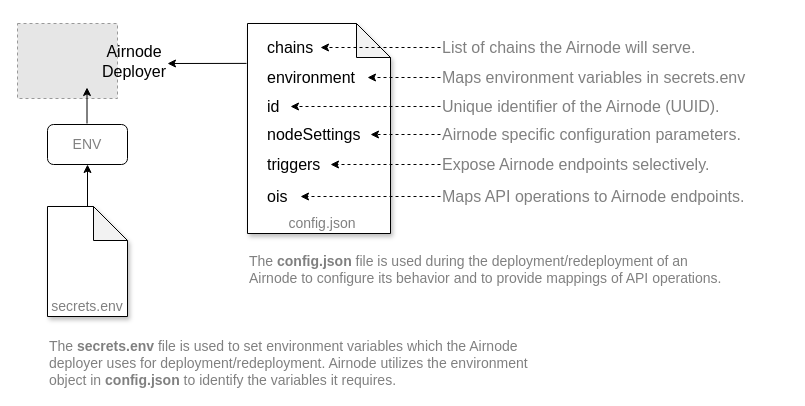
api3dao/old-api3-docs keeps this draw.io diagram as docs/next/assets/diagrams/config-json.drawio. Above is the earlier version. Source tidied: cells renumbered, new cells numbered last; positions are measured from the earlier drawing's top-left corner, leaving out a move shared by most shapes. Both pictures are drawn from the tidied source at 100%, with x=0, y=0 at pixel (17, 23). Pictures stored in the file or linked from it are replaced by grey dashed boxes.
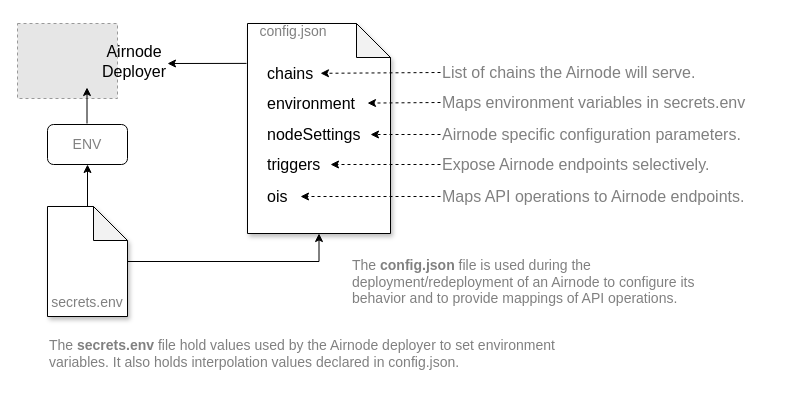
After the change.

The change refers to these unchanged cells:
```xml
<mxCell id="2" style="shape=note;whiteSpace=wrap;html=1;backgroundOutline=1;darkOpacity=0.05;fontSize=14;size=34;shadow=1;" parent="1" vertex="1">
  <mxGeometry x="230" width="143" height="210" as="geometry" />
</mxCell>
<mxCell id="3" value="&lt;font style=&quot;font-size: 16px;&quot;&gt;Maps API operations to Airnode endpoints.&lt;/font&gt;" style="text;html=1;strokeColor=none;fillColor=none;align=left;verticalAlign=middle;whiteSpace=wrap;rounded=0;sketch=0;fontSize=16;fontColor=#808080;" parent="1" vertex="1">
  <mxGeometry x="423" y="163" width="327" height="20" as="geometry" />
</mxCell>
<mxCell id="4" value="Expose Airnode endpoints selectively." style="text;html=1;strokeColor=none;fillColor=none;align=left;verticalAlign=middle;whiteSpace=wrap;rounded=0;sketch=0;fontSize=16;fontColor=#808080;" parent="1" vertex="1">
  <mxGeometry x="423" y="131" width="327" height="20" as="geometry" />
</mxCell>
<mxCell id="5" value="Airnode specific configuration parameters." style="text;html=1;strokeColor=none;fillColor=none;align=left;verticalAlign=middle;whiteSpace=wrap;rounded=0;sketch=0;fontSize=16;fontColor=#808080;" parent="1" vertex="1">
  <mxGeometry x="423" y="101" width="327" height="20" as="geometry" />
</mxCell>
<mxCell id="10" style="shape=note;whiteSpace=wrap;html=1;backgroundOutline=1;darkOpacity=0.05;fontSize=14;size=34;shadow=1;" parent="1" vertex="1">
  <mxGeometry x="30" y="183" width="80" height="110" as="geometry" />
</mxCell>
<mxCell id="17" value="&lt;font style=&quot;font-size: 16px&quot;&gt;nodeSettings&lt;br&gt;&lt;/font&gt;" style="text;html=1;strokeColor=none;fillColor=none;align=left;verticalAlign=middle;whiteSpace=wrap;rounded=0;" parent="1" vertex="1">
  <mxGeometry x="248" y="101" width="105" height="20" as="geometry" />
</mxCell>
<mxCell id="18" value="&lt;font style=&quot;font-size: 16px&quot;&gt;triggers&lt;br&gt;&lt;/font&gt;" style="text;html=1;strokeColor=none;fillColor=none;align=left;verticalAlign=middle;whiteSpace=wrap;rounded=0;" parent="1" vertex="1">
  <mxGeometry x="248" y="131" width="65" height="20" as="geometry" />
</mxCell>
<mxCell id="19" value="&lt;font style=&quot;font-size: 16px&quot;&gt;ois&lt;/font&gt;" style="text;html=1;strokeColor=none;fillColor=none;align=left;verticalAlign=middle;whiteSpace=wrap;rounded=0;" parent="1" vertex="1">
  <mxGeometry x="248" y="163" width="35" height="20" as="geometry" />
</mxCell>
```

What changed in the source:
```diff
@@
-    <mxCell id="6" value="Unique identifier of the Airnode (UUID)." style="text;html=1;strokeColor=none;fillColor=none;align=left;verticalAlign=middle;whiteSpace=wrap;rounded=0;sketch=0;fontSize=16;fontColor=#808080;" parent="1" vertex="1">
-      <mxGeometry x="423" y="73" width="327" height="20" as="geometry" />
-    </mxCell>
     <mxCell id="7" value="&lt;font style=&quot;font-size: 14px&quot;&gt;&lt;br class=&quot;Apple-interchange-newline&quot; style=&quot;font-size: 14px&quot;&gt;The &lt;b style=&quot;font-size: 14px&quot;&gt;config.json&lt;/b&gt; file is used during the deployment/redeployment of an Airnode to configure its behavior and to provide mappings of API operations.&lt;/font&gt;" style="text;html=1;strokeColor=none;fillColor=none;align=left;verticalAlign=middle;whiteSpace=wrap;rounded=0;shadow=1;sketch=0;fontSize=14;fontColor=#808080;" parent="1" vertex="1">
-      <mxGeometry x="230" y="228" width="490" height="20" as="geometry" />
+      <mxGeometry x="333" y="240" width="360" height="20" as="geometry" />
     </mxCell>
     <mxCell id="8" value="config.json" style="text;html=1;strokeColor=none;fillColor=none;align=center;verticalAlign=middle;whiteSpace=wrap;rounded=0;shadow=1;sketch=0;fontColor=#808080;fontSize=14;" parent="1" vertex="1">
-      <mxGeometry x="285" y="190" width="40" height="20" as="geometry" />
+      <mxGeometry x="255.5" y="-2" width="40" height="20" as="geometry" />
     </mxCell>
@@
+    <mxCell id="32" style="edgeStyle=orthogonalEdgeStyle;rounded=0;jettySize=auto;html=1;entryX=0.5;entryY=1;entryDx=0;entryDy=0;entryPerimeter=0;" parent="1" edge="1" source="10" target="2">
+      <mxGeometry relative="1" as="geometry" />
+    </mxCell>
@@
     <mxCell id="11" value="secrets.env" style="text;html=1;strokeColor=none;fillColor=none;align=center;verticalAlign=middle;whiteSpace=wrap;rounded=0;shadow=1;sketch=0;fontColor=#808080;fontSize=14;" parent="1" vertex="1">
-      <mxGeometry x="50" y="273" width="40" height="20" as="geometry" />
+      <mxGeometry x="50" y="269" width="40" height="20" as="geometry" />
     </mxCell>
-    <mxCell id="12" value="&lt;font style=&quot;font-size: 14px&quot;&gt;The &lt;b style=&quot;font-size: 14px&quot;&gt;secrets.env&lt;/b&gt; file is used to set environment variables which the Airnode deployer uses for deployment/redeployment. Airnode utilizes the environment object in&amp;nbsp;&lt;b style=&quot;font-size: 14px&quot;&gt;config.json&lt;/b&gt;&lt;span style=&quot;font-size: 14px&quot;&gt; to identify the variables it requires&lt;/span&gt;.&lt;/font&gt;" style="text;html=1;strokeColor=none;fillColor=none;align=left;verticalAlign=middle;whiteSpace=wrap;rounded=0;shadow=1;sketch=0;fontSize=14;fontColor=#808080;" parent="1" vertex="1">
-      <mxGeometry x="30" y="330" width="500" height="20" as="geometry" />
+    <mxCell id="12" value="&lt;font style=&quot;font-size: 14px&quot;&gt;The &lt;b style=&quot;font-size: 14px&quot;&gt;secrets.env&lt;/b&gt; file hold values used by the Airnode deployer to set environment variables. It also holds&lt;span style=&quot;font-size: 14px&quot;&gt;&amp;nbsp;interpolation values declared in config.json&lt;/span&gt;.&lt;/font&gt;" style="text;html=1;strokeColor=none;fillColor=none;align=left;verticalAlign=middle;whiteSpace=wrap;rounded=0;shadow=1;sketch=0;fontSize=14;fontColor=#808080;" parent="1" vertex="1">
+      <mxGeometry x="30" y="320" width="530" height="20" as="geometry" />
     </mxCell>
-    <mxCell id="13" style="endArrow=classic;html=1;exitX=0;exitY=0.5;exitDx=0;exitDy=0;entryX=1;entryY=0.5;entryDx=0;entryDy=0;dashed=1;" parent="1" edge="1" source="3" target="19">
+    <mxCell id="13" style="endArrow=classic;html=1;entryX=1;entryY=0.5;entryDx=0;entryDy=0;dashed=1;exitX=0;exitY=0.5;exitDx=0;exitDy=0;" parent="1" edge="1" source="3" target="19">
       <mxGeometry relative="1" as="geometry" />
     </mxCell>
     <mxCell id="14" value="&lt;font style=&quot;font-size: 16px&quot;&gt;chains&lt;/font&gt;" style="text;html=1;strokeColor=none;fillColor=none;align=left;verticalAlign=middle;whiteSpace=wrap;rounded=0;" parent="1" vertex="1">
-      <mxGeometry x="248" y="14" width="55" height="20" as="geometry" />
+      <mxGeometry x="248" y="40" width="55" height="20" as="geometry" />
     </mxCell>
     <mxCell id="15" value="&lt;font style=&quot;font-size: 16px&quot;&gt;environment&lt;/font&gt;" style="text;html=1;strokeColor=none;fillColor=none;align=left;verticalAlign=middle;whiteSpace=wrap;rounded=0;" parent="1" vertex="1">
-      <mxGeometry x="248" y="44" width="102" height="20" as="geometry" />
+      <mxGeometry x="248" y="70" width="102" height="20" as="geometry" />
     </mxCell>
-    <mxCell id="16" value="&lt;font style=&quot;font-size: 16px&quot;&gt;id&lt;/font&gt;" style="text;html=1;strokeColor=none;fillColor=none;align=left;verticalAlign=middle;whiteSpace=wrap;rounded=0;" parent="1" vertex="1">
-      <mxGeometry x="248" y="73" width="25" height="20" as="geometry" />
-    </mxCell>
@@
-    <mxCell id="20" style="endArrow=classic;html=1;dashed=1;exitX=0;exitY=0.5;exitDx=0;exitDy=0;entryX=1;entryY=0.5;entryDx=0;entryDy=0;" parent="1" edge="1" source="4" target="18">
+    <mxCell id="20" style="endArrow=classic;html=1;dashed=1;entryX=1;entryY=0.5;entryDx=0;entryDy=0;exitX=0;exitY=0.5;exitDx=0;exitDy=0;" parent="1" edge="1" source="4" target="18">
       <mxGeometry relative="1" as="geometry" />
     </mxCell>
-    <mxCell id="21" style="endArrow=classic;html=1;dashed=1;exitX=0;exitY=0.5;exitDx=0;exitDy=0;entryX=1;entryY=0.5;entryDx=0;entryDy=0;" parent="1" edge="1" source="5" target="17">
+    <mxCell id="21" style="endArrow=classic;html=1;dashed=1;entryX=1;entryY=0.5;entryDx=0;entryDy=0;" parent="1" edge="1" source="5" target="17">
       <mxGeometry relative="1" as="geometry" />
     </mxCell>
-    <mxCell id="22" style="endArrow=classic;html=1;dashed=1;exitX=0;exitY=0.5;exitDx=0;exitDy=0;entryX=1;entryY=0.5;entryDx=0;entryDy=0;" parent="1" edge="1" source="6" target="16">
-      <mxGeometry relative="1" as="geometry" />
-    </mxCell>
     <mxCell id="23" value="Maps environment variables in secrets.env" style="text;html=1;strokeColor=none;fillColor=none;align=left;verticalAlign=middle;whiteSpace=wrap;rounded=0;sketch=0;fontSize=16;fontColor=#808080;" parent="1" vertex="1">
-      <mxGeometry x="423" y="44" width="347" height="20" as="geometry" />
+      <mxGeometry x="423" y="69" width="347" height="20" as="geometry" />
     </mxCell>
@@
     <mxCell id="25" value="List of chains the Airnode will serve." style="text;html=1;strokeColor=none;fillColor=none;align=left;verticalAlign=middle;whiteSpace=wrap;rounded=0;sketch=0;fontSize=16;fontColor=#808080;" parent="1" vertex="1">
-      <mxGeometry x="423" y="14" width="270" height="20" as="geometry" />
+      <mxGeometry x="423" y="39" width="270" height="20" as="geometry" />
     </mxCell>
```
